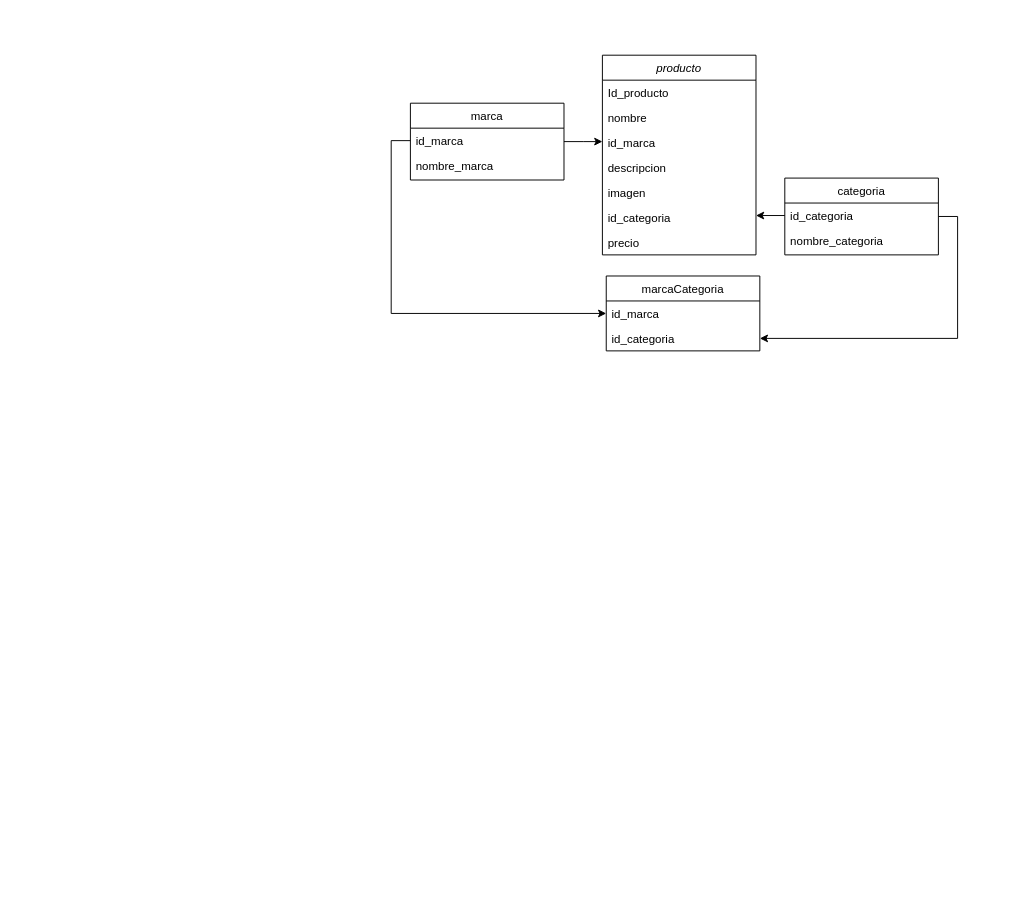
Earlier version of the draw.io diagram Untitled Diagram.drawio (VivianaGuzmanBuritica/grupo_14_CAV). Source tidied: cells renumbered, new cells numbered last; positions are measured from the earlier drawing's top-left corner, leaving out a move shared by most shapes. Both pictures are drawn from the tidied source at 96%, with x=0, y=0 at pixel (410, 55).
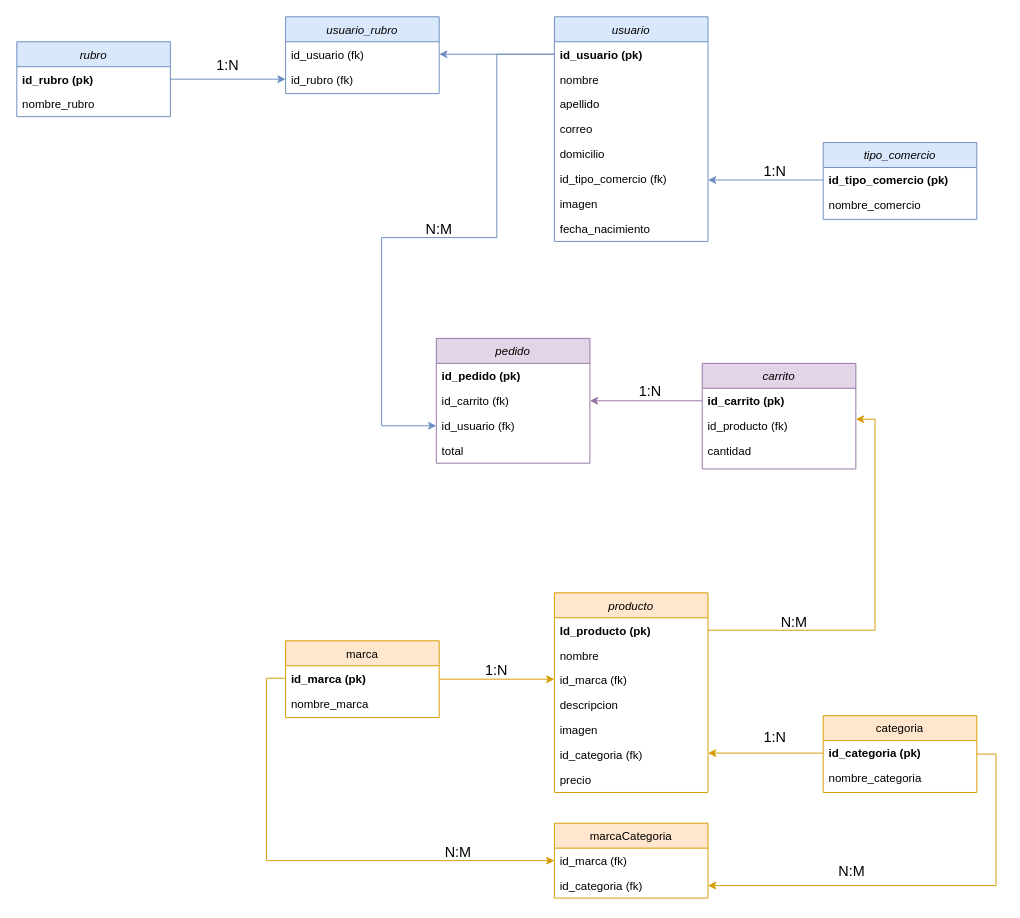
The same diagram, later.

Commit message:
Update Entity Relationship Diagram.drawio

What changed in the source:
```diff
@@
-    <mxCell id="2" value="producto" style="swimlane;fontStyle=2;align=center;verticalAlign=top;horizontal=1;startSize=26;rounded=0;shadow=0;strokeWidth=1;" parent="1" vertex="1">
-      <mxGeometry x="200" width="160" height="208" as="geometry" />
+    <mxCell id="2" value="producto" style="swimlane;fontStyle=2;align=center;verticalAlign=top;horizontal=1;startSize=26;rounded=0;shadow=0;strokeWidth=1;fillColor=#ffe6cc;strokeColor=#d79b00;" parent="1" vertex="1">
+      <mxGeometry x="150" y="560" width="160" height="208" as="geometry" />
     </mxCell>
-    <mxCell id="3" value="Id_producto" style="text;align=left;verticalAlign=top;spacingLeft=4;spacingRight=4;overflow=hidden;points=[[0,0.5],[1,0.5]];portConstraint=eastwest;" parent="2" vertex="1">
+    <mxCell id="3" value="Id_producto (pk)" style="text;align=left;verticalAlign=top;spacingLeft=4;spacingRight=4;overflow=hidden;points=[[0,0.5],[1,0.5]];portConstraint=eastwest;fontStyle=1;" parent="2" vertex="1">
       <mxGeometry y="26" width="160" height="26" as="geometry" />
     </mxCell>
@@
-    <mxCell id="5" value="id_marca" style="text;align=left;verticalAlign=top;spacingLeft=4;spacingRight=4;overflow=hidden;rounded=0;shadow=0;html=0;" parent="2" vertex="1">
+    <mxCell id="5" value="id_marca (fk)" style="text;align=left;verticalAlign=top;spacingLeft=4;spacingRight=4;overflow=hidden;rounded=0;shadow=0;html=0;" parent="2" vertex="1">
       <mxGeometry y="78" width="160" height="26" as="geometry" />
     </mxCell>
@@
-    <mxCell id="8" value="id_categoria" style="text;align=left;verticalAlign=top;spacingLeft=4;spacingRight=4;overflow=hidden;points=[[0,0.5],[1,0.5]];portConstraint=eastwest;rounded=0;shadow=0;html=0;" parent="2" vertex="1">
+    <mxCell id="8" value="id_categoria (fk)" style="text;align=left;verticalAlign=top;spacingLeft=4;spacingRight=4;overflow=hidden;points=[[0,0.5],[1,0.5]];portConstraint=eastwest;rounded=0;shadow=0;html=0;" parent="2" vertex="1">
       <mxGeometry y="156" width="160" height="26" as="geometry" />
     </mxCell>
@@
-    <mxCell id="10" style="edgeStyle=orthogonalEdgeStyle;rounded=0;jettySize=auto;html=1;exitX=1;exitY=0.5;exitDx=0;exitDy=0;" parent="1" edge="1" source="11">
+    <mxCell id="10" style="edgeStyle=orthogonalEdgeStyle;rounded=0;jettySize=auto;html=1;exitX=1;exitY=0.5;exitDx=0;exitDy=0;fillColor=#ffe6cc;strokeColor=#d79b00;" parent="1" edge="1" source="11">
       <mxGeometry relative="1" as="geometry">
-        <mxPoint x="200" y="90" as="targetPoint" />
+        <mxPoint x="150" y="650" as="targetPoint" />
       </mxGeometry>
     </mxCell>
-    <mxCell id="11" value="marca" style="swimlane;fontStyle=0;align=center;verticalAlign=top;horizontal=1;startSize=26;rounded=0;shadow=0;strokeWidth=1;" parent="1" vertex="1">
-      <mxGeometry y="50" width="160" height="80" as="geometry" />
+    <mxCell id="11" value="marca" style="swimlane;fontStyle=0;align=center;verticalAlign=top;horizontal=1;startSize=26;rounded=0;shadow=0;strokeWidth=1;fillColor=#ffe6cc;strokeColor=#d79b00;" parent="1" vertex="1">
+      <mxGeometry x="-130" y="610" width="160" height="80" as="geometry" />
     </mxCell>
-    <mxCell id="12" value="id_marca" style="text;align=left;verticalAlign=top;spacingLeft=4;spacingRight=4;overflow=hidden;points=[[0,0.5],[1,0.5]];portConstraint=eastwest;" parent="11" vertex="1">
+    <mxCell id="12" value="id_marca (pk)" style="text;align=left;verticalAlign=top;spacingLeft=4;spacingRight=4;overflow=hidden;points=[[0,0.5],[1,0.5]];portConstraint=eastwest;fontStyle=1;" parent="11" vertex="1">
       <mxGeometry y="26" width="160" height="26" as="geometry" />
     </mxCell>
@@
-    <mxCell id="14" value="marcaCategoria" style="swimlane;fontStyle=0;align=center;verticalAlign=top;horizontal=1;startSize=26;rounded=0;shadow=0;strokeWidth=1;" parent="1" vertex="1">
-      <mxGeometry x="204" y="230" width="160" height="78" as="geometry" />
+    <mxCell id="14" value="marcaCategoria" style="swimlane;fontStyle=0;align=center;verticalAlign=top;horizontal=1;startSize=26;rounded=0;shadow=0;strokeWidth=1;fillColor=#ffe6cc;strokeColor=#d79b00;" parent="1" vertex="1">
+      <mxGeometry x="150" y="800" width="160" height="78" as="geometry" />
     </mxCell>
-    <mxCell id="15" value="id_marca" style="text;align=left;verticalAlign=top;spacingLeft=4;spacingRight=4;overflow=hidden;points=[[0,0.5],[1,0.5]];portConstraint=eastwest;" parent="14" vertex="1">
+    <mxCell id="15" value="id_marca (fk)" style="text;align=left;verticalAlign=top;spacingLeft=4;spacingRight=4;overflow=hidden;points=[[0,0.5],[1,0.5]];portConstraint=eastwest;" parent="14" vertex="1">
       <mxGeometry y="26" width="160" height="26" as="geometry" />
     </mxCell>
-    <mxCell id="16" value="id_categoria" style="text;align=left;verticalAlign=top;spacingLeft=4;spacingRight=4;overflow=hidden;points=[[0,0.5],[1,0.5]];portConstraint=eastwest;" parent="14" vertex="1">
+    <mxCell id="16" value="id_categoria (fk)" style="text;align=left;verticalAlign=top;spacingLeft=4;spacingRight=4;overflow=hidden;points=[[0,0.5],[1,0.5]];portConstraint=eastwest;" parent="14" vertex="1">
       <mxGeometry y="52" width="160" height="26" as="geometry" />
     </mxCell>
-    <mxCell id="17" style="edgeStyle=orthogonalEdgeStyle;rounded=0;jettySize=auto;html=1;exitX=1;exitY=0.5;exitDx=0;exitDy=0;entryX=1;entryY=0.5;entryDx=0;entryDy=0;" parent="1" edge="1" source="18" target="16">
+    <mxCell id="17" style="edgeStyle=orthogonalEdgeStyle;rounded=0;jettySize=auto;html=1;exitX=1;exitY=0.5;exitDx=0;exitDy=0;entryX=1;entryY=0.5;entryDx=0;entryDy=0;fillColor=#ffe6cc;strokeColor=#d79b00;" parent="1" edge="1" source="18" target="16">
       <mxGeometry relative="1" as="geometry" />
     </mxCell>
-    <mxCell id="18" value="categoria" style="swimlane;fontStyle=0;align=center;verticalAlign=top;horizontal=1;startSize=26;rounded=0;shadow=0;strokeWidth=1;" parent="1" vertex="1">
-      <mxGeometry x="390" y="128" width="160" height="80" as="geometry" />
+    <mxCell id="18" value="categoria" style="swimlane;fontStyle=0;align=center;verticalAlign=top;horizontal=1;startSize=26;rounded=0;shadow=0;strokeWidth=1;fillColor=#ffe6cc;strokeColor=#d79b00;" parent="1" vertex="1">
+      <mxGeometry x="430" y="688" width="160" height="80" as="geometry" />
     </mxCell>
-    <mxCell id="19" value="id_categoria" style="text;align=left;verticalAlign=top;spacingLeft=4;spacingRight=4;overflow=hidden;points=[[0,0.5],[1,0.5]];portConstraint=eastwest;" parent="18" vertex="1">
+    <mxCell id="19" value="id_categoria (pk)" style="text;align=left;verticalAlign=top;spacingLeft=4;spacingRight=4;overflow=hidden;points=[[0,0.5],[1,0.5]];portConstraint=eastwest;fontStyle=1;" parent="18" vertex="1">
       <mxGeometry y="26" width="160" height="26" as="geometry" />
     </mxCell>
@@
-    <mxCell id="21" style="edgeStyle=orthogonalEdgeStyle;rounded=0;jettySize=auto;html=1;exitX=0;exitY=0.5;exitDx=0;exitDy=0;entryX=0;entryY=0.5;entryDx=0;entryDy=0;" parent="1" edge="1" source="12" target="15">
+    <mxCell id="21" style="edgeStyle=orthogonalEdgeStyle;rounded=0;jettySize=auto;html=1;exitX=0;exitY=0.5;exitDx=0;exitDy=0;entryX=0;entryY=0.5;entryDx=0;entryDy=0;fillColor=#ffe6cc;strokeColor=#d79b00;" parent="1" edge="1" source="12" target="15">
       <mxGeometry relative="1" as="geometry" />
     </mxCell>
-    <mxCell id="22" style="edgeStyle=orthogonalEdgeStyle;rounded=0;jettySize=auto;html=1;exitX=0;exitY=0.5;exitDx=0;exitDy=0;" parent="1" edge="1" source="19">
-      <mxGeometry relative="1" as="geometry">
-        <mxPoint x="360" y="167" as="targetPoint" />
-      </mxGeometry>
+    <mxCell id="22" style="edgeStyle=orthogonalEdgeStyle;rounded=0;jettySize=auto;html=1;exitX=0;exitY=0.5;exitDx=0;exitDy=0;fillColor=#ffe6cc;strokeColor=#d79b00;entryX=1;entryY=0.423;entryDx=0;entryDy=0;entryPerimeter=0;" parent="1" edge="1" source="19" target="8">
+      <mxGeometry relative="1" as="geometry" />
     </mxCell>
+    <mxCell id="23" value="usuario" style="swimlane;fontStyle=2;align=center;verticalAlign=top;horizontal=1;startSize=26;rounded=0;shadow=0;strokeWidth=1;fillColor=#dae8fc;strokeColor=#6c8ebf;" parent="1" vertex="1">
+      <mxGeometry x="150" y="-40" width="160" height="234" as="geometry" />
+    </mxCell>
+    <mxCell id="24" value="id_usuario (pk)" style="text;align=left;verticalAlign=top;spacingLeft=4;spacingRight=4;overflow=hidden;points=[[0,0.5],[1,0.5]];portConstraint=eastwest;fontStyle=1;" parent="23" vertex="1">
+      <mxGeometry y="26" width="160" height="26" as="geometry" />
+    </mxCell>
+    <mxCell id="25" value="nombre" style="text;align=left;verticalAlign=top;spacingLeft=4;spacingRight=4;overflow=hidden;" parent="23" vertex="1">
+      <mxGeometry y="52" width="160" height="26" as="geometry" />
+    </mxCell>
+    <mxCell id="26" value="apellido" style="text;align=left;verticalAlign=top;spacingLeft=4;spacingRight=4;overflow=hidden;rounded=0;shadow=0;html=0;" parent="23" vertex="1">
+      <mxGeometry y="78" width="160" height="26" as="geometry" />
+    </mxCell>
+    <mxCell id="27" value="correo" style="text;align=left;verticalAlign=top;spacingLeft=4;spacingRight=4;overflow=hidden;rounded=0;shadow=0;html=0;" parent="23" vertex="1">
+      <mxGeometry y="104" width="160" height="26" as="geometry" />
+    </mxCell>
+    <mxCell id="28" value="domicilio" style="text;align=left;verticalAlign=top;spacingLeft=4;spacingRight=4;overflow=hidden;rounded=0;shadow=0;html=0;" parent="23" vertex="1">
+      <mxGeometry y="130" width="160" height="26" as="geometry" />
+    </mxCell>
+    <mxCell id="29" value="id_tipo_comercio (fk)" style="text;align=left;verticalAlign=top;spacingLeft=4;spacingRight=4;overflow=hidden;rounded=0;shadow=0;html=0;" parent="23" vertex="1">
+      <mxGeometry y="156" width="160" height="26" as="geometry" />
+    </mxCell>
+    <mxCell id="30" value="imagen" style="text;align=left;verticalAlign=top;spacingLeft=4;spacingRight=4;overflow=hidden;rounded=0;shadow=0;html=0;" parent="23" vertex="1">
+      <mxGeometry y="182" width="160" height="26" as="geometry" />
+    </mxCell>
+    <mxCell id="31" value="fecha_nacimiento" style="text;align=left;verticalAlign=top;spacingLeft=4;spacingRight=4;overflow=hidden;rounded=0;shadow=0;html=0;" parent="23" vertex="1">
+      <mxGeometry y="208" width="160" height="26" as="geometry" />
+    </mxCell>
+    <mxCell id="32" value="usuario_rubro" style="swimlane;fontStyle=2;align=center;verticalAlign=top;horizontal=1;startSize=26;rounded=0;shadow=0;strokeWidth=1;fillColor=#dae8fc;strokeColor=#6c8ebf;" parent="1" vertex="1">
+      <mxGeometry x="-130" y="-40" width="160" height="80" as="geometry" />
+    </mxCell>
+    <mxCell id="33" value="id_usuario (fk)" style="text;align=left;verticalAlign=top;spacingLeft=4;spacingRight=4;overflow=hidden;points=[[0,0.5],[1,0.5]];portConstraint=eastwest;" parent="32" vertex="1">
+      <mxGeometry y="26" width="160" height="26" as="geometry" />
+    </mxCell>
+    <mxCell id="34" value="id_rubro (fk)" style="text;align=left;verticalAlign=top;spacingLeft=4;spacingRight=4;overflow=hidden;rounded=0;shadow=0;html=0;" parent="32" vertex="1">
+      <mxGeometry y="52" width="160" height="26" as="geometry" />
+    </mxCell>
+    <mxCell id="35" style="edgeStyle=orthogonalEdgeStyle;rounded=0;jettySize=auto;html=1;exitX=1;exitY=0.5;exitDx=0;exitDy=0;fillColor=#dae8fc;strokeColor=#6c8ebf;" parent="1" edge="1" source="36">
+      <mxGeometry relative="1" as="geometry">
+        <mxPoint x="-130" y="25" as="targetPoint" />
+      </mxGeometry>
+    </mxCell>
+    <mxCell id="36" value="rubro" style="swimlane;fontStyle=2;align=center;verticalAlign=top;horizontal=1;startSize=26;rounded=0;shadow=0;strokeWidth=1;fillColor=#dae8fc;strokeColor=#6c8ebf;" parent="1" vertex="1">
+      <mxGeometry x="-410" y="-14" width="160" height="78" as="geometry" />
+    </mxCell>
+    <mxCell id="37" value="id_rubro (pk)" style="text;align=left;verticalAlign=top;spacingLeft=4;spacingRight=4;overflow=hidden;labelBackgroundColor=#ffffff;fontStyle=1;" parent="36" vertex="1">
+      <mxGeometry y="26" width="160" height="26" as="geometry" />
+    </mxCell>
+    <mxCell id="38" value="nombre_rubro" style="text;align=left;verticalAlign=top;spacingLeft=4;spacingRight=4;overflow=hidden;" parent="36" vertex="1">
+      <mxGeometry y="52" width="160" height="26" as="geometry" />
+    </mxCell>
+    <mxCell id="39" value="tipo_comercio" style="swimlane;fontStyle=2;align=center;verticalAlign=top;horizontal=1;startSize=26;rounded=0;shadow=0;strokeWidth=1;fillColor=#dae8fc;strokeColor=#6c8ebf;" parent="1" vertex="1">
+      <mxGeometry x="430" y="91" width="160" height="80" as="geometry" />
+    </mxCell>
+    <mxCell id="40" value="id_tipo_comercio (pk)&#10;       " style="text;align=left;verticalAlign=top;spacingLeft=4;spacingRight=4;overflow=hidden;points=[[0,0.5],[1,0.5]];portConstraint=eastwest;fontStyle=1;" parent="39" vertex="1">
+      <mxGeometry y="26" width="160" height="26" as="geometry" />
+    </mxCell>
+    <mxCell id="41" value="nombre_comercio" style="text;align=left;verticalAlign=top;spacingLeft=4;spacingRight=4;overflow=hidden;rounded=0;shadow=0;html=0;" parent="39" vertex="1">
+      <mxGeometry y="52" width="160" height="26" as="geometry" />
+    </mxCell>
+    <mxCell id="42" style="edgeStyle=orthogonalEdgeStyle;rounded=0;jettySize=auto;html=1;exitX=0;exitY=0.5;exitDx=0;exitDy=0;fillColor=#dae8fc;strokeColor=#6c8ebf;" parent="1" edge="1" source="40">
+      <mxGeometry relative="1" as="geometry">
+        <mxPoint x="310" y="130" as="targetPoint" />
+      </mxGeometry>
+    </mxCell>
+    <mxCell id="43" value="carrito" style="swimlane;fontStyle=2;align=center;verticalAlign=top;horizontal=1;startSize=26;rounded=0;shadow=0;strokeWidth=1;fillColor=#e1d5e7;strokeColor=#9673a6;" parent="1" vertex="1">
+      <mxGeometry x="304" y="321" width="160" height="110" as="geometry" />
+    </mxCell>
+    <mxCell id="44" value="id_carrito (pk)" style="text;align=left;verticalAlign=top;spacingLeft=4;spacingRight=4;overflow=hidden;points=[[0,0.5],[1,0.5]];portConstraint=eastwest;fontStyle=1;" parent="43" vertex="1">
+      <mxGeometry y="26" width="160" height="26" as="geometry" />
+    </mxCell>
+    <mxCell id="45" value="id_producto (fk)" style="text;align=left;verticalAlign=top;spacingLeft=4;spacingRight=4;overflow=hidden;points=[[0,0.5],[1,0.5]];portConstraint=eastwest;" parent="43" vertex="1">
+      <mxGeometry y="52" width="160" height="26" as="geometry" />
+    </mxCell>
+    <mxCell id="46" value="cantidad" style="text;align=left;verticalAlign=top;spacingLeft=4;spacingRight=4;overflow=hidden;" parent="43" vertex="1">
+      <mxGeometry y="78" width="160" height="26" as="geometry" />
+    </mxCell>
+    <mxCell id="47" value="pedido" style="swimlane;fontStyle=2;align=center;verticalAlign=top;horizontal=1;startSize=26;rounded=0;shadow=0;strokeWidth=1;fillColor=#e1d5e7;strokeColor=#9673a6;" parent="1" vertex="1">
+      <mxGeometry x="27" y="295" width="160" height="130" as="geometry" />
+    </mxCell>
+    <mxCell id="48" value="id_pedido (pk)" style="text;align=left;verticalAlign=top;spacingLeft=4;spacingRight=4;overflow=hidden;fontStyle=1;" parent="47" vertex="1">
+      <mxGeometry y="26" width="160" height="26" as="geometry" />
+    </mxCell>
+    <mxCell id="49" value="id_carrito (fk)" style="text;align=left;verticalAlign=top;spacingLeft=4;spacingRight=4;overflow=hidden;points=[[0,0.5],[1,0.5]];portConstraint=eastwest;rounded=0;shadow=0;html=0;" parent="47" vertex="1">
+      <mxGeometry y="52" width="160" height="26" as="geometry" />
+    </mxCell>
+    <mxCell id="50" value="id_usuario (fk)" style="text;align=left;verticalAlign=top;spacingLeft=4;spacingRight=4;overflow=hidden;points=[[0,0.5],[1,0.5]];portConstraint=eastwest;rounded=0;shadow=0;html=0;" parent="47" vertex="1">
+      <mxGeometry y="78" width="160" height="26" as="geometry" />
+    </mxCell>
+    <mxCell id="51" value="total" style="text;align=left;verticalAlign=top;spacingLeft=4;spacingRight=4;overflow=hidden;rounded=0;shadow=0;html=0;" parent="47" vertex="1">
+      <mxGeometry y="104" width="160" height="26" as="geometry" />
+    </mxCell>
+    <mxCell id="52" style="edgeStyle=orthogonalEdgeStyle;rounded=0;jettySize=auto;html=1;exitX=0;exitY=0.5;exitDx=0;exitDy=0;entryX=1;entryY=0.5;entryDx=0;entryDy=0;fillColor=#e1d5e7;strokeColor=#9673a6;" parent="1" edge="1" source="44" target="49">
+      <mxGeometry relative="1" as="geometry" />
+    </mxCell>
+    <mxCell id="53" style="edgeStyle=orthogonalEdgeStyle;rounded=0;jettySize=auto;html=1;exitX=1;exitY=0.5;exitDx=0;exitDy=0;entryX=1;entryY=0.237;entryDx=0;entryDy=0;fillColor=#ffe6cc;strokeColor=#d79b00;entryPerimeter=0;" parent="1" edge="1" source="3" target="45">
+      <mxGeometry relative="1" as="geometry" />
+    </mxCell>
+    <mxCell id="54" style="edgeStyle=orthogonalEdgeStyle;rounded=0;jettySize=auto;html=1;exitX=0;exitY=0.5;exitDx=0;exitDy=0;entryX=1;entryY=0.5;entryDx=0;entryDy=0;fillColor=#dae8fc;strokeColor=#6c8ebf;" parent="1" edge="1" source="24" target="33">
+      <mxGeometry relative="1" as="geometry" />
+    </mxCell>
+    <mxCell id="55" style="edgeStyle=orthogonalEdgeStyle;rounded=0;jettySize=auto;html=1;exitX=0;exitY=0.5;exitDx=0;exitDy=0;entryX=0;entryY=0.5;entryDx=0;entryDy=0;fillColor=#dae8fc;strokeColor=#6c8ebf;" parent="1" edge="1" source="24" target="50">
+      <mxGeometry relative="1" as="geometry">
+        <Array as="points">
+          <mxPoint x="90" y="-1" />
+          <mxPoint x="90" y="190" />
+          <mxPoint x="-30" y="190" />
+          <mxPoint x="-30" y="386" />
+        </Array>
+      </mxGeometry>
+    </mxCell>
+    <mxCell id="56" value="N:M" style="text;html=1;strokeColor=none;fillColor=none;align=center;verticalAlign=middle;whiteSpace=wrap;rounded=0;labelBackgroundColor=none;fontSize=15;" parent="1" vertex="1">
+      <mxGeometry x="440" y="840" width="40" height="20" as="geometry" />
+    </mxCell>
+    <mxCell id="57" value="N:M" style="text;html=1;strokeColor=none;fillColor=none;align=center;verticalAlign=middle;whiteSpace=wrap;rounded=0;labelBackgroundColor=none;fontSize=15;" parent="1" vertex="1">
+      <mxGeometry x="30" y="820" width="40" height="20" as="geometry" />
+    </mxCell>
+    <mxCell id="58" value="1:N" style="text;html=1;strokeColor=none;fillColor=none;align=center;verticalAlign=middle;whiteSpace=wrap;rounded=0;labelBackgroundColor=none;fontSize=15;" parent="1" vertex="1">
+      <mxGeometry x="360" y="700" width="40" height="20" as="geometry" />
+    </mxCell>
+    <mxCell id="59" value="1:N" style="text;html=1;strokeColor=none;fillColor=none;align=center;verticalAlign=middle;whiteSpace=wrap;rounded=0;labelBackgroundColor=none;fontSize=15;" parent="1" vertex="1">
+      <mxGeometry x="70" y="630" width="40" height="20" as="geometry" />
+    </mxCell>
+    <mxCell id="60" value="1:N" style="text;html=1;strokeColor=none;fillColor=none;align=center;verticalAlign=middle;whiteSpace=wrap;rounded=0;labelBackgroundColor=none;fontSize=15;" parent="1" vertex="1">
+      <mxGeometry x="-210" width="40" height="20" as="geometry" />
+    </mxCell>
+    <mxCell id="61" value="1:N" style="text;html=1;strokeColor=none;fillColor=none;align=center;verticalAlign=middle;whiteSpace=wrap;rounded=0;labelBackgroundColor=none;fontSize=15;" parent="1" vertex="1">
+      <mxGeometry x="360" y="110" width="40" height="20" as="geometry" />
+    </mxCell>
+    <mxCell id="62" value="N:M" style="text;html=1;strokeColor=none;fillColor=none;align=center;verticalAlign=middle;whiteSpace=wrap;rounded=0;labelBackgroundColor=none;fontSize=15;" parent="1" vertex="1">
+      <mxGeometry x="10" y="171" width="40" height="20" as="geometry" />
+    </mxCell>
+    <mxCell id="63" value="N:M" style="text;html=1;strokeColor=none;fillColor=none;align=center;verticalAlign=middle;whiteSpace=wrap;rounded=0;labelBackgroundColor=none;fontSize=15;" parent="1" vertex="1">
+      <mxGeometry x="380" y="580" width="40" height="20" as="geometry" />
+    </mxCell>
+    <mxCell id="64" value="1:N" style="text;html=1;strokeColor=none;fillColor=none;align=center;verticalAlign=middle;whiteSpace=wrap;rounded=0;labelBackgroundColor=none;fontSize=15;" parent="1" vertex="1">
+      <mxGeometry x="230" y="340" width="40" height="20" as="geometry" />
+    </mxCell>
```
